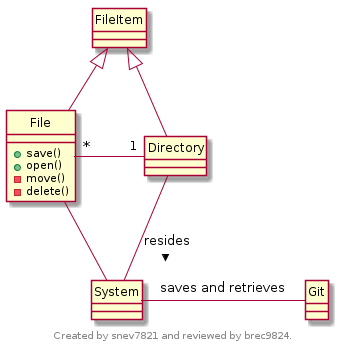
Earlier version of the PlantUML export Deliverables/Master Requirements Specification/diagrams/class-ProjectFileEditor.png (uidaho/cs383).
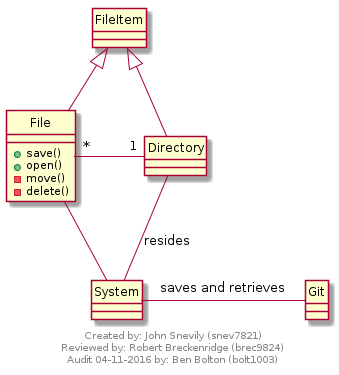
The same diagram one commit later.

Change to the diagram source:
```diff
@@ -1,17 +1,20 @@
 @startuml
+scale max 700 width
 
 footer
-Created by snev7821 and reviewed by brec9824.
+Created by: John Snevily (snev7821)
+Reviewed by: Robert Breckenridge (brec9824)
+Audit 04-11-2016 by: Ben Bolton (bolt1003)
 endfooter
+
 hide circle
-
 
 
 FileItem <|-- File
 FileItem <|-- Directory
 
 File "*" -  "1"Directory
-Directory -- System : resides >
+Directory -- System : resides
 
 class File{
 +save()
```
